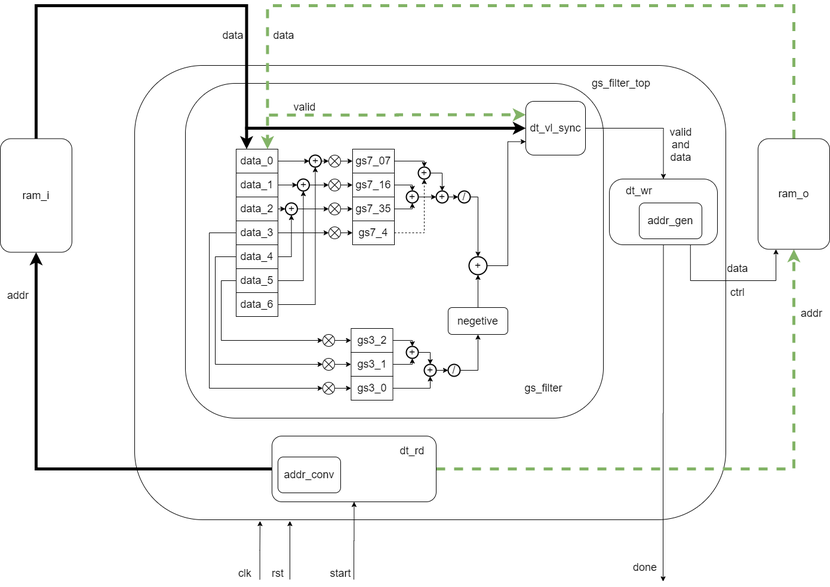
This is daily/inbed_design/dog/docs/arch/结构图.png from hust-gaoyujing/routine, a draw.io export, as it was before one commit. Source tidied: cells renumbered, new cells last; positions are measured from the earlier drawing's top-left corner, leaving out a move shared by most shapes.
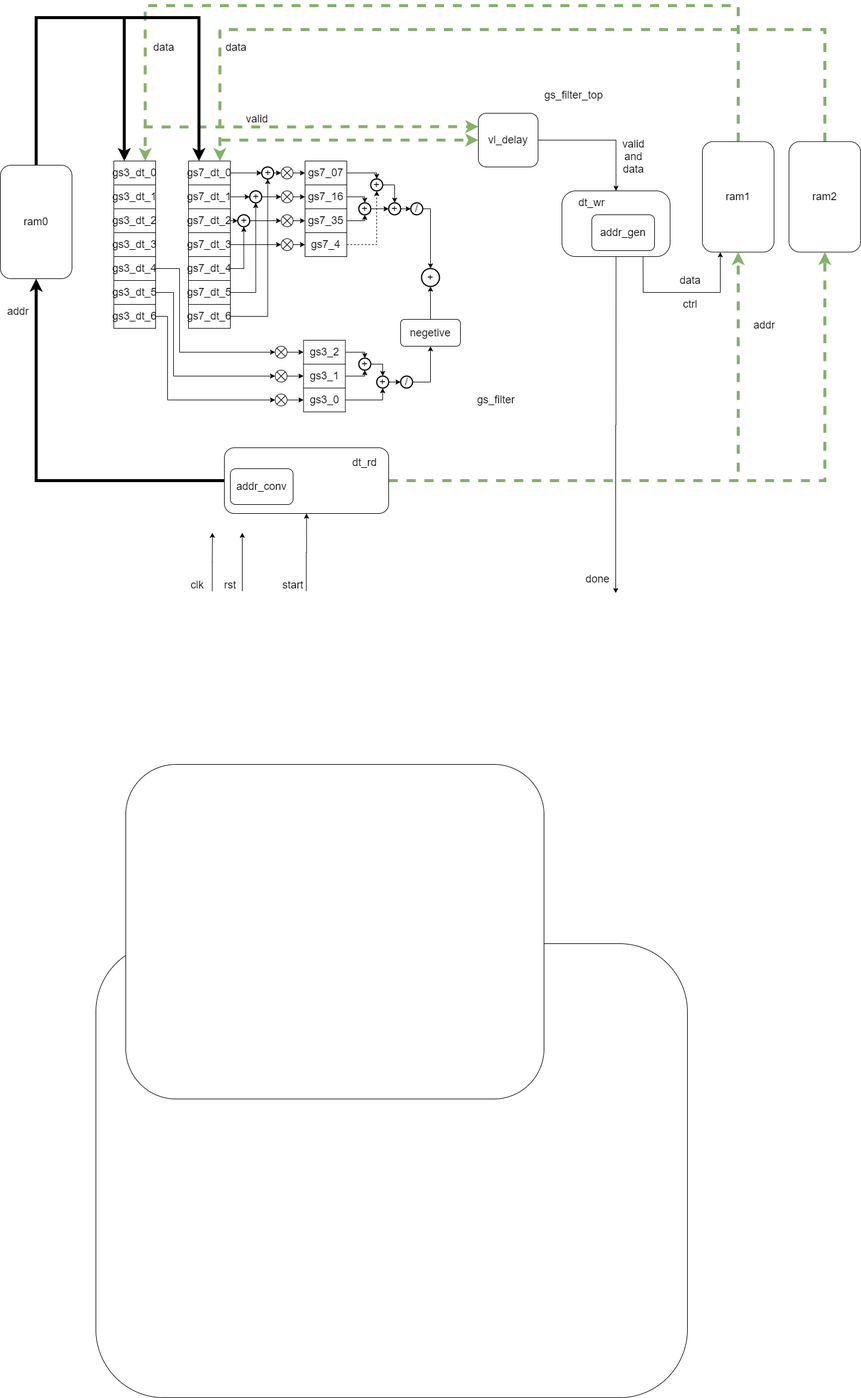
The same file after the commit.

Change to the diagram source:
```diff
@@ -3,10 +3,10 @@
     <mxCell id="0" />
     <mxCell id="1" parent="0" />
     <mxCell id="2" style="rounded=1;whiteSpace=wrap;html=1;fontSize=18;" parent="1" vertex="1">
-      <mxGeometry x="225" y="100" width="990" height="760" as="geometry" />
+      <mxGeometry x="240" y="1550" width="990" height="760" as="geometry" />
     </mxCell>
     <mxCell id="3" style="rounded=1;whiteSpace=wrap;html=1;" parent="1" vertex="1">
-      <mxGeometry x="310" y="130" width="700" height="560" as="geometry" />
+      <mxGeometry x="290" y="1250" width="700" height="560" as="geometry" />
     </mxCell>
     <mxCell id="4" style="edgeStyle=orthogonalEdgeStyle;rounded=0;orthogonalLoop=1;jettySize=auto;html=1;exitX=0.25;exitY=1;exitDx=0;exitDy=0;fontSize=18;entryX=0.25;entryY=1;entryDx=0;entryDy=0;" parent="1" edge="1">
       <mxGeometry relative="1" as="geometry">
@@ -29,6 +29,9 @@
         <mxPoint x="592.1" y="960" as="sourcePoint" />
       </mxGeometry>
     </mxCell>
+    <mxCell id="109" style="edgeStyle=orthogonalEdgeStyle;rounded=0;jettySize=auto;html=1;exitX=1;exitY=0.5;exitDx=0;exitDy=0;strokeWidth=5;fillColor=#d5e8d4;strokeColor=#82b366;dashed=1;" parent="1" edge="1" source="8" target="123">
+      <mxGeometry relative="1" as="geometry" />
+    </mxCell>
     <mxCell id="8" style="rounded=1;whiteSpace=wrap;html=1;fontSize=18;align=left;" parent="1" vertex="1">
       <mxGeometry x="455" y="720" width="275" height="110" as="geometry" />
     </mxCell>
@@ -61,48 +64,32 @@
     <mxCell id="15" style="edgeStyle=orthogonalEdgeStyle;rounded=0;jettySize=auto;html=1;exitX=1;exitY=0.5;exitDx=0;exitDy=0;" parent="1" edge="1" source="16" target="71">
       <mxGeometry relative="1" as="geometry" />
     </mxCell>
-    <mxCell id="16" value="data_0" style="rounded=0;whiteSpace=wrap;html=1;fontSize=18;" parent="1" vertex="1">
+    <mxCell id="16" value="gs7_dt_0" style="rounded=0;whiteSpace=wrap;html=1;fontSize=18;" parent="1" vertex="1">
       <mxGeometry x="395" y="240" width="70" height="40" as="geometry" />
     </mxCell>
     <mxCell id="17" style="edgeStyle=orthogonalEdgeStyle;rounded=0;jettySize=auto;html=1;exitX=1;exitY=0.5;exitDx=0;exitDy=0;" parent="1" edge="1" source="18" target="73">
       <mxGeometry relative="1" as="geometry" />
     </mxCell>
-    <mxCell id="18" value="data_1" style="rounded=0;whiteSpace=wrap;html=1;fontSize=18;" parent="1" vertex="1">
+    <mxCell id="18" value="gs7_dt_1" style="rounded=0;whiteSpace=wrap;html=1;fontSize=18;" parent="1" vertex="1">
       <mxGeometry x="395" y="280" width="70" height="40" as="geometry" />
     </mxCell>
     <mxCell id="19" style="edgeStyle=orthogonalEdgeStyle;rounded=0;jettySize=auto;html=1;exitX=1;exitY=0.5;exitDx=0;exitDy=0;entryX=0.5;entryY=1;entryDx=0;entryDy=0;entryPerimeter=0;" parent="1" edge="1" source="21" target="75">
       <mxGeometry relative="1" as="geometry" />
     </mxCell>
-    <mxCell id="20" style="edgeStyle=orthogonalEdgeStyle;rounded=0;jettySize=auto;html=1;exitX=0;exitY=0.5;exitDx=0;exitDy=0;entryX=0;entryY=0.5;entryDx=0;entryDy=0;entryPerimeter=0;" parent="1" edge="1" source="21" target="88">
-      <mxGeometry relative="1" as="geometry">
-        <Array as="points">
-          <mxPoint x="360" y="420" />
-          <mxPoint x="360" y="600" />
-        </Array>
-      </mxGeometry>
-    </mxCell>
-    <mxCell id="21" value="data_4" style="rounded=0;whiteSpace=wrap;html=1;fontSize=18;" parent="1" vertex="1">
+    <mxCell id="21" value="&lt;span&gt;gs7_dt_4&lt;/span&gt;" style="rounded=0;whiteSpace=wrap;html=1;fontSize=18;" parent="1" vertex="1">
       <mxGeometry x="395" y="400" width="70" height="40" as="geometry" />
     </mxCell>
-    <mxCell id="22" style="edgeStyle=orthogonalEdgeStyle;rounded=0;jettySize=auto;html=1;exitX=0;exitY=0.5;exitDx=0;exitDy=0;entryX=0;entryY=0.5;entryDx=0;entryDy=0;entryPerimeter=0;" parent="1" edge="1" source="23" target="90">
-      <mxGeometry relative="1" as="geometry">
-        <Array as="points">
-          <mxPoint x="350" y="380" />
-          <mxPoint x="350" y="640" />
-        </Array>
-      </mxGeometry>
-    </mxCell>
-    <mxCell id="23" value="data_3" style="rounded=0;whiteSpace=wrap;html=1;fontSize=18;" parent="1" vertex="1">
+    <mxCell id="23" value="&lt;span&gt;gs7_dt_3&lt;/span&gt;" style="rounded=0;whiteSpace=wrap;html=1;fontSize=18;" parent="1" vertex="1">
       <mxGeometry x="395" y="360" width="70" height="40" as="geometry" />
     </mxCell>
     <mxCell id="24" style="edgeStyle=orthogonalEdgeStyle;rounded=0;jettySize=auto;html=1;exitX=1;exitY=0.5;exitDx=0;exitDy=0;entryX=0;entryY=0.5;entryDx=0;entryDy=0;entryPerimeter=0;" parent="1" edge="1" source="25" target="75">
       <mxGeometry relative="1" as="geometry" />
     </mxCell>
-    <mxCell id="25" value="data_2" style="rounded=0;whiteSpace=wrap;html=1;fontSize=18;" parent="1" vertex="1">
+    <mxCell id="25" value="&lt;span&gt;gs7_dt_2&lt;/span&gt;" style="rounded=0;whiteSpace=wrap;html=1;fontSize=18;" parent="1" vertex="1">
       <mxGeometry x="395" y="320" width="70" height="40" as="geometry" />
     </mxCell>
-    <mxCell id="26" value="ram_i" style="rounded=1;whiteSpace=wrap;html=1;fontSize=18;" parent="1" vertex="1">
-      <mxGeometry y="222.5" width="120" height="190" as="geometry" />
+    <mxCell id="26" value="ram0" style="rounded=1;whiteSpace=wrap;html=1;fontSize=18;" parent="1" vertex="1">
+      <mxGeometry x="80" y="247" width="120" height="190" as="geometry" />
     </mxCell>
     <mxCell id="27" value="dt_rd" style="text;html=1;strokeColor=none;fillColor=none;align=center;verticalAlign=middle;whiteSpace=wrap;rounded=0;fontSize=18;" parent="1" vertex="1">
       <mxGeometry x="670" y="735" width="40" height="20" as="geometry" />
@@ -111,18 +98,18 @@
       <mxGeometry x="465" y="755" width="105" height="60" as="geometry" />
     </mxCell>
     <mxCell id="29" value="addr" style="text;html=1;strokeColor=none;fillColor=none;align=center;verticalAlign=middle;whiteSpace=wrap;rounded=0;fontSize=18;" parent="1" vertex="1">
-      <mxGeometry x="10" y="475" width="40" height="20" as="geometry" />
+      <mxGeometry x="90" y="482" width="40" height="20" as="geometry" />
     </mxCell>
-    <mxCell id="30" style="edgeStyle=orthogonalEdgeStyle;rounded=0;jettySize=auto;html=1;exitX=0.5;exitY=0;exitDx=0;exitDy=0;entryX=0.75;entryY=0;entryDx=0;entryDy=0;fontSize=18;dashed=1;strokeWidth=5;strokeColor=#82b366;fillColor=#d5e8d4;" parent="1" edge="1" source="31" target="16">
+    <mxCell id="30" style="edgeStyle=orthogonalEdgeStyle;rounded=0;jettySize=auto;html=1;exitX=0.5;exitY=0;exitDx=0;exitDy=0;fontSize=18;dashed=1;strokeWidth=5;strokeColor=#82b366;fillColor=#d5e8d4;entryX=0.75;entryY=0;entryDx=0;entryDy=0;" parent="1" edge="1" source="31" target="112">
       <mxGeometry relative="1" as="geometry">
         <Array as="points">
-          <mxPoint x="1329" />
-          <mxPoint x="448" />
+          <mxPoint x="1315" y="-20" />
+          <mxPoint x="323" y="-20" />
         </Array>
       </mxGeometry>
     </mxCell>
-    <mxCell id="31" value="ram_o" style="rounded=1;whiteSpace=wrap;html=1;fontSize=18;" parent="1" vertex="1">
-      <mxGeometry x="1269" y="222.5" width="120" height="185" as="geometry" />
+    <mxCell id="31" value="ram1" style="rounded=1;whiteSpace=wrap;html=1;fontSize=18;" parent="1" vertex="1">
+      <mxGeometry x="1255" y="207.5" width="120" height="185" as="geometry" />
     </mxCell>
     <mxCell id="32" style="edgeStyle=orthogonalEdgeStyle;rounded=0;jettySize=auto;html=1;exitX=0.5;exitY=1;exitDx=0;exitDy=0;" parent="1" edge="1" source="34">
       <mxGeometry relative="1" as="geometry">
@@ -133,7 +120,7 @@
       <mxGeometry relative="1" as="geometry">
         <Array as="points">
           <mxPoint x="1156" y="460" />
-          <mxPoint x="1299" y="460" />
+          <mxPoint x="1285" y="460" />
         </Array>
       </mxGeometry>
     </mxCell>
@@ -146,17 +133,17 @@
     <mxCell id="36" style="edgeStyle=orthogonalEdgeStyle;rounded=0;jettySize=auto;html=1;exitX=1;exitY=0.5;exitDx=0;exitDy=0;entryX=0.5;entryY=0;entryDx=0;entryDy=0;fontSize=18;" parent="1" edge="1" source="39" target="34">
       <mxGeometry relative="1" as="geometry" />
     </mxCell>
-    <mxCell id="37" style="edgeStyle=orthogonalEdgeStyle;rounded=0;jettySize=auto;html=1;strokeColor=#000000;strokeWidth=5;entryX=0;entryY=0.5;entryDx=0;entryDy=0;" parent="1" edge="1" target="39">
-      <mxGeometry relative="1" as="geometry">
-        <mxPoint x="410" y="205" as="sourcePoint" />
-      </mxGeometry>
-    </mxCell>
     <mxCell id="38" style="edgeStyle=orthogonalEdgeStyle;rounded=0;jettySize=auto;html=1;strokeColor=#82b366;strokeWidth=5;entryX=0;entryY=0.25;entryDx=0;entryDy=0;fillColor=#d5e8d4;dashed=1;" parent="1" edge="1" target="39">
       <mxGeometry relative="1" as="geometry">
-        <mxPoint x="450" y="183" as="sourcePoint" />
+        <mxPoint x="320" y="183" as="sourcePoint" />
       </mxGeometry>
     </mxCell>
+    <mxCell id="110" style="edgeStyle=orthogonalEdgeStyle;rounded=0;jettySize=auto;html=1;dashed=1;strokeColor=#82b366;strokeWidth=5;entryX=0;entryY=0.5;entryDx=0;entryDy=0;fillColor=#d5e8d4;" parent="1" edge="1" target="39">
+      <mxGeometry relative="1" as="geometry">
+        <mxPoint x="450" y="205" as="sourcePoint" />
+      </mxGeometry>
+    </mxCell>
-    <mxCell id="39" value="dt_vl_sync" style="rounded=1;whiteSpace=wrap;html=1;fontSize=18;" parent="1" vertex="1">
+    <mxCell id="39" value="vl_delay" style="rounded=1;whiteSpace=wrap;html=1;fontSize=18;" parent="1" vertex="1">
       <mxGeometry x="880" y="160" width="100" height="90" as="geometry" />
     </mxCell>
     <mxCell id="40" value="valid and&lt;br&gt;data" style="text;html=1;strokeColor=none;fillColor=none;align=center;verticalAlign=middle;whiteSpace=wrap;rounded=0;fontSize=18;" parent="1" vertex="1">
@@ -206,7 +193,7 @@
       <mxGeometry x="1215" y="470" width="40" height="20" as="geometry" />
     </mxCell>
     <mxCell id="53" value="data" style="text;html=1;strokeColor=none;fillColor=none;align=center;verticalAlign=middle;whiteSpace=wrap;rounded=0;fontSize=18;" parent="1" vertex="1">
-      <mxGeometry x="370" y="40" width="40" height="20" as="geometry" />
+      <mxGeometry x="334" y="40" width="40" height="20" as="geometry" />
     </mxCell>
     <mxCell id="54" value="data" style="text;html=1;strokeColor=none;fillColor=none;align=center;verticalAlign=middle;whiteSpace=wrap;rounded=0;fontSize=18;" parent="1" vertex="1">
       <mxGeometry x="455" y="40" width="40" height="20" as="geometry" />
@@ -217,7 +204,7 @@
     <mxCell id="56" style="edgeStyle=orthogonalEdgeStyle;rounded=0;jettySize=auto;html=1;exitX=0.5;exitY=0;exitDx=0;exitDy=0;entryX=0.25;entryY=0;entryDx=0;entryDy=0;fontSize=18;strokeWidth=5;" parent="55" edge="1" source="26" target="16">
       <mxGeometry relative="1" as="geometry">
         <Array as="points">
-          <mxPoint x="-80" />
+          <mxPoint />
           <mxPoint x="273" />
         </Array>
       </mxGeometry>
@@ -231,21 +218,13 @@
     <mxCell id="59" style="edgeStyle=orthogonalEdgeStyle;rounded=0;jettySize=auto;html=1;exitX=1;exitY=0.5;exitDx=0;exitDy=0;entryX=0.5;entryY=1;entryDx=0;entryDy=0;entryPerimeter=0;" parent="1" edge="1" source="61" target="73">
       <mxGeometry relative="1" as="geometry" />
     </mxCell>
-    <mxCell id="60" style="edgeStyle=orthogonalEdgeStyle;rounded=0;jettySize=auto;html=1;exitX=0;exitY=0.5;exitDx=0;exitDy=0;entryX=0;entryY=0.5;entryDx=0;entryDy=0;entryPerimeter=0;" parent="1" edge="1" source="61" target="86">
-      <mxGeometry relative="1" as="geometry">
-        <Array as="points">
-          <mxPoint x="370" y="460" />
-          <mxPoint x="370" y="560" />
-        </Array>
-      </mxGeometry>
-    </mxCell>
-    <mxCell id="61" value="data_5" style="rounded=0;whiteSpace=wrap;html=1;fontSize=18;" parent="1" vertex="1">
+    <mxCell id="61" value="&lt;span&gt;gs7_dt_5&lt;/span&gt;" style="rounded=0;whiteSpace=wrap;html=1;fontSize=18;" parent="1" vertex="1">
       <mxGeometry x="395" y="440" width="70" height="40" as="geometry" />
     </mxCell>
     <mxCell id="62" style="edgeStyle=orthogonalEdgeStyle;rounded=0;jettySize=auto;html=1;exitX=1;exitY=0.5;exitDx=0;exitDy=0;" parent="1" edge="1" source="63" target="71">
       <mxGeometry relative="1" as="geometry" />
     </mxCell>
-    <mxCell id="63" value="data_6" style="rounded=0;whiteSpace=wrap;html=1;fontSize=18;" parent="1" vertex="1">
+    <mxCell id="63" value="&lt;span&gt;gs7_dt_6&lt;/span&gt;" style="rounded=0;whiteSpace=wrap;html=1;fontSize=18;" parent="1" vertex="1">
       <mxGeometry x="395" y="480" width="70" height="40" as="geometry" />
     </mxCell>
     <mxCell id="64" style="edgeStyle=orthogonalEdgeStyle;rounded=0;jettySize=auto;html=1;exitX=1;exitY=0.5;exitDx=0;exitDy=0;entryX=0.5;entryY=0;entryDx=0;entryDy=0;entryPerimeter=0;" parent="1" edge="1" source="65" target="98">
@@ -377,14 +356,6 @@
     <mxCell id="104" value="negetive" style="rounded=1;whiteSpace=wrap;html=1;fontSize=18;" parent="1" vertex="1">
       <mxGeometry x="750" y="505" width="100" height="45" as="geometry" />
     </mxCell>
-    <mxCell id="105" style="edgeStyle=orthogonalEdgeStyle;rounded=0;jettySize=auto;html=1;exitX=1;exitY=0.5;exitDx=0;exitDy=0;entryX=0;entryY=0.75;entryDx=0;entryDy=0;exitPerimeter=0;" parent="1" edge="1" source="108" target="39">
-      <mxGeometry relative="1" as="geometry">
-        <Array as="points">
-          <mxPoint x="850" y="435" />
-          <mxPoint x="850" y="228" />
-        </Array>
-      </mxGeometry>
-    </mxCell>
     <mxCell id="106" style="edgeStyle=orthogonalEdgeStyle;rounded=0;jettySize=auto;html=1;exitX=1;exitY=0.5;exitDx=0;exitDy=0;exitPerimeter=0;entryX=0;entryY=0.5;entryDx=0;entryDy=0;entryPerimeter=0;" parent="1" edge="1" source="107" target="12">
       <mxGeometry relative="1" as="geometry" />
     </mxCell>
@@ -394,5 +365,66 @@
     <mxCell id="108" value="&lt;font style=&quot;font-size: 18px;&quot;&gt;+&lt;/font&gt;" style="strokeWidth=2;html=1;shape=mxgraph.flowchart.start_2;whiteSpace=wrap;fontSize=18;" parent="1" vertex="1">
       <mxGeometry x="785" y="420" width="30" height="30" as="geometry" />
     </mxCell>
+    <mxCell id="111" style="edgeStyle=orthogonalEdgeStyle;rounded=0;jettySize=auto;html=1;exitX=0.25;exitY=0;exitDx=0;exitDy=0;strokeWidth=5;entryX=0.25;entryY=0;entryDx=0;entryDy=0;" parent="1" edge="1" target="112">
+      <mxGeometry relative="1" as="geometry">
+        <mxPoint x="287.5" as="sourcePoint" />
+      </mxGeometry>
+    </mxCell>
+    <mxCell id="112" value="&lt;span&gt;gs3_dt_0&lt;/span&gt;" style="rounded=0;whiteSpace=wrap;html=1;fontSize=18;" parent="1" vertex="1">
+      <mxGeometry x="270" y="240" width="70" height="40" as="geometry" />
+    </mxCell>
+    <mxCell id="113" value="&lt;span&gt;gs3_dt_1&lt;/span&gt;" style="rounded=0;whiteSpace=wrap;html=1;fontSize=18;" parent="1" vertex="1">
+      <mxGeometry x="270" y="280" width="70" height="40" as="geometry" />
+    </mxCell>
+    <mxCell id="114" style="edgeStyle=orthogonalEdgeStyle;rounded=0;jettySize=auto;html=1;exitX=1;exitY=0.5;exitDx=0;exitDy=0;entryX=0;entryY=0.5;entryDx=0;entryDy=0;entryPerimeter=0;" parent="1" edge="1" source="115" target="86">
+      <mxGeometry relative="1" as="geometry">
+        <Array as="points">
+          <mxPoint x="380" y="420" />
+          <mxPoint x="380" y="560" />
+        </Array>
+      </mxGeometry>
+    </mxCell>
+    <mxCell id="115" value="&lt;span&gt;gs3_dt_4&lt;/span&gt;" style="rounded=0;whiteSpace=wrap;html=1;fontSize=18;" parent="1" vertex="1">
+      <mxGeometry x="270" y="400" width="70" height="40" as="geometry" />
+    </mxCell>
+    <mxCell id="116" value="&lt;span&gt;gs3_dt_3&lt;/span&gt;" style="rounded=0;whiteSpace=wrap;html=1;fontSize=18;" parent="1" vertex="1">
+      <mxGeometry x="270" y="360" width="70" height="40" as="geometry" />
+    </mxCell>
+    <mxCell id="117" value="&lt;span&gt;gs3_dt_2&lt;/span&gt;" style="rounded=0;whiteSpace=wrap;html=1;fontSize=18;" parent="1" vertex="1">
+      <mxGeometry x="270" y="320" width="70" height="40" as="geometry" />
+    </mxCell>
+    <mxCell id="118" style="edgeStyle=orthogonalEdgeStyle;rounded=0;jettySize=auto;html=1;exitX=1;exitY=0.5;exitDx=0;exitDy=0;entryX=0;entryY=0.5;entryDx=0;entryDy=0;entryPerimeter=0;" parent="1" edge="1" source="119" target="88">
+      <mxGeometry relative="1" as="geometry">
+        <Array as="points">
+          <mxPoint x="370" y="460" />
+          <mxPoint x="370" y="600" />
+        </Array>
+      </mxGeometry>
+    </mxCell>
+    <mxCell id="119" value="&lt;span&gt;gs3_dt_5&lt;/span&gt;" style="rounded=0;whiteSpace=wrap;html=1;fontSize=18;" parent="1" vertex="1">
+      <mxGeometry x="270" y="440" width="70" height="40" as="geometry" />
+    </mxCell>
+    <mxCell id="120" style="edgeStyle=orthogonalEdgeStyle;rounded=0;jettySize=auto;html=1;exitX=1;exitY=0.5;exitDx=0;exitDy=0;entryX=0;entryY=0.5;entryDx=0;entryDy=0;entryPerimeter=0;" parent="1" edge="1" source="121" target="90">
+      <mxGeometry relative="1" as="geometry">
+        <Array as="points">
+          <mxPoint x="360" y="500" />
+          <mxPoint x="360" y="640" />
+        </Array>
+      </mxGeometry>
+    </mxCell>
+    <mxCell id="121" value="&lt;span&gt;gs3_dt_6&lt;/span&gt;" style="rounded=0;whiteSpace=wrap;html=1;fontSize=18;" parent="1" vertex="1">
+      <mxGeometry x="270" y="480" width="70" height="40" as="geometry" />
+    </mxCell>
+    <mxCell id="122" style="edgeStyle=orthogonalEdgeStyle;rounded=0;jettySize=auto;html=1;exitX=0.5;exitY=0;exitDx=0;exitDy=0;entryX=0.75;entryY=0;entryDx=0;entryDy=0;strokeColor=#82b366;strokeWidth=5;fillColor=#d5e8d4;dashed=1;" parent="1" edge="1" source="123" target="16">
+      <mxGeometry relative="1" as="geometry">
+        <Array as="points">
+          <mxPoint x="1460" y="20" />
+          <mxPoint x="448" y="20" />
+        </Array>
+      </mxGeometry>
+    </mxCell>
+    <mxCell id="123" value="ram2" style="rounded=1;whiteSpace=wrap;html=1;fontSize=18;" parent="1" vertex="1">
+      <mxGeometry x="1400" y="207.5" width="120" height="185" as="geometry" />
+    </mxCell>
   </root>
 </mxGraphModel>
```
